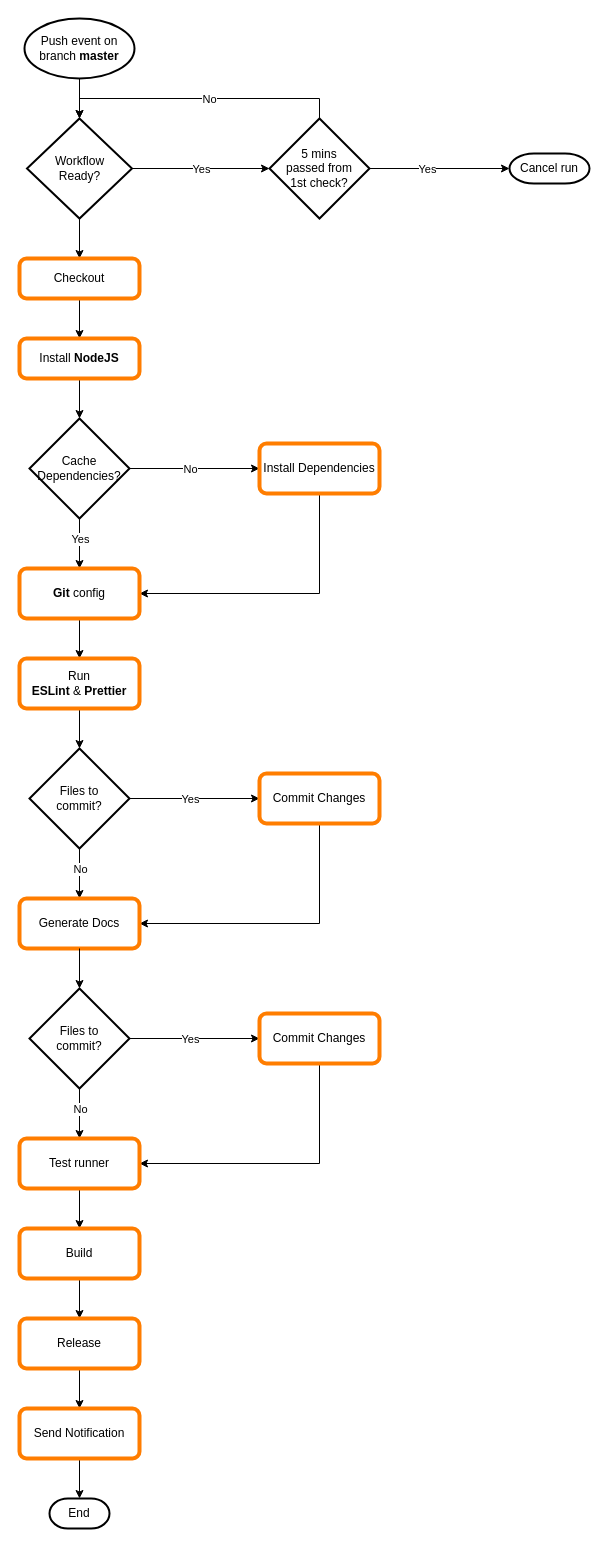
The draw.io diagram assets/release-flowchart.drawio in melfore/mosaic, before the edit. Source tidied: cells renumbered, new cells numbered last; positions are measured from the earlier drawing's top-left corner, leaving out a move shared by most shapes. Both pictures are drawn from the tidied source at 100%, with x=0, y=0 at pixel (19, 18).
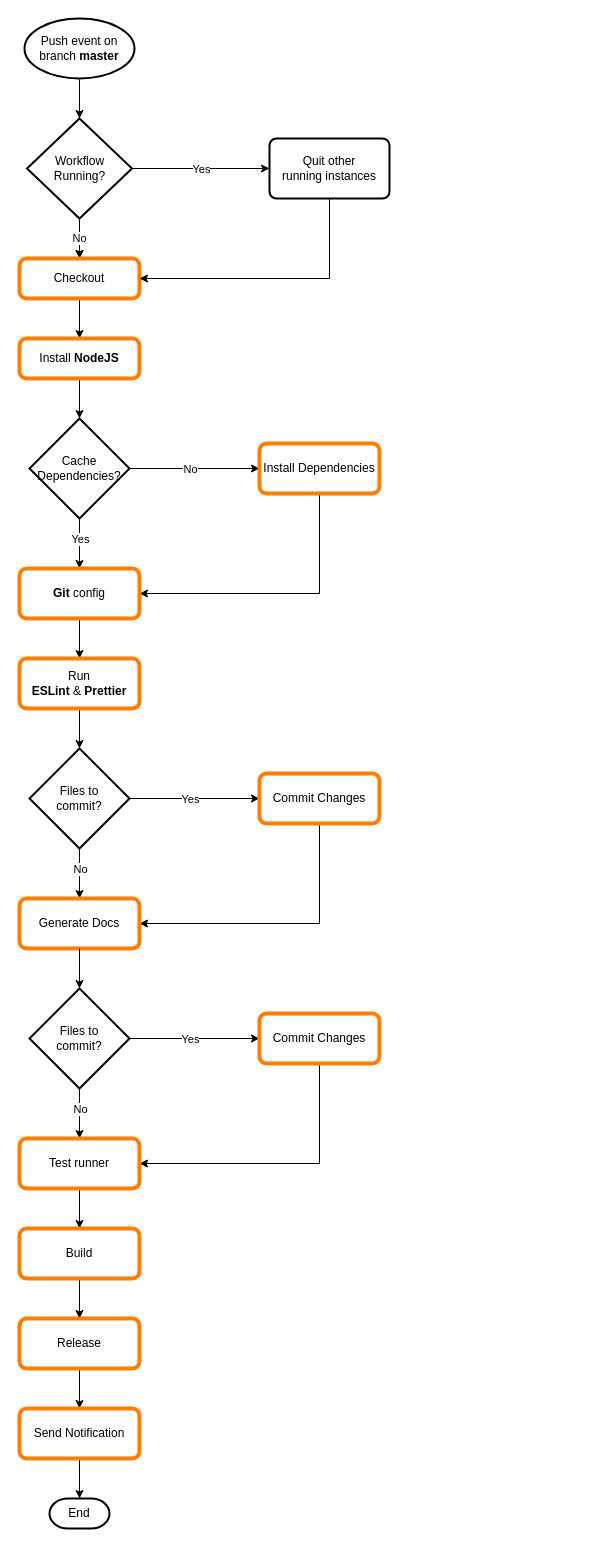
The same diagram, later.

The change refers to these unchanged cells:
```xml
<mxCell id="14" value="Checkout" style="rounded=1;whiteSpace=wrap;html=1;absoluteArcSize=1;arcSize=14;strokeWidth=4;strokeColor=#ff7d00;" parent="1" vertex="1">
  <mxGeometry y="240" width="120" height="40" as="geometry" />
</mxCell>
```

Change to the diagram source:
```diff
@@
-    <mxCell id="3" style="edgeStyle=orthogonalEdgeStyle;rounded=0;jettySize=auto;html=1;entryX=0;entryY=0.5;entryDx=0;entryDy=0;entryPerimeter=0;" parent="1" edge="1" source="6" target="11">
+    <mxCell id="3" style="edgeStyle=orthogonalEdgeStyle;rounded=0;jettySize=auto;html=1;entryX=0;entryY=0.5;entryDx=0;entryDy=0;" parent="1" edge="1" source="6" target="55">
       <mxGeometry relative="1" as="geometry" />
     </mxCell>
@@
+    <mxCell id="8" value="No" style="edgeStyle=orthogonalEdgeStyle;rounded=0;jettySize=auto;html=1;" parent="1" edge="1" source="6" target="14">
+      <mxGeometry relative="1" as="geometry" />
+    </mxCell>
-    <mxCell id="6" value="Workflow&lt;br&gt;Ready?" style="strokeWidth=2;html=1;shape=mxgraph.flowchart.decision;whiteSpace=wrap;" parent="1" vertex="1">
+    <mxCell id="6" value="Workflow&lt;br&gt;Running?" style="strokeWidth=2;html=1;shape=mxgraph.flowchart.decision;whiteSpace=wrap;" parent="1" vertex="1">
       <mxGeometry x="7.5" y="100" width="105" height="100" as="geometry" />
     </mxCell>
-    <mxCell id="7" style="edgeStyle=orthogonalEdgeStyle;rounded=0;jettySize=auto;html=1;exitX=0.5;exitY=0;exitDx=0;exitDy=0;exitPerimeter=0;entryX=0.5;entryY=0;entryDx=0;entryDy=0;entryPerimeter=0;" parent="1" edge="1" source="11" target="6">
-      <mxGeometry relative="1" as="geometry" />
-    </mxCell>
-    <mxCell id="8" value="No" style="edgeLabel;html=1;align=center;verticalAlign=middle;" parent="7" vertex="1">
-      <mxGeometry x="-0.09" y="4" relative="1" as="geometry">
-        <mxPoint x="-4" y="-4" as="offset" />
-      </mxGeometry>
-    </mxCell>
-    <mxCell id="9" style="edgeStyle=orthogonalEdgeStyle;rounded=0;jettySize=auto;html=1;entryX=0;entryY=0.5;entryDx=0;entryDy=0;entryPerimeter=0;" parent="1" edge="1" source="11" target="12">
-      <mxGeometry relative="1" as="geometry" />
-    </mxCell>
-    <mxCell id="10" value="Yes" style="edgeLabel;html=1;align=center;verticalAlign=middle;" parent="9" vertex="1">
-      <mxGeometry x="-0.29" y="1" relative="1" as="geometry">
-        <mxPoint x="7" y="1" as="offset" />
-      </mxGeometry>
-    </mxCell>
-    <mxCell id="11" value="5 mins&lt;br&gt;passed from&lt;br&gt;1st check?" style="strokeWidth=2;html=1;shape=mxgraph.flowchart.decision;whiteSpace=wrap;" parent="1" vertex="1">
-      <mxGeometry x="250" y="100" width="100" height="100" as="geometry" />
-    </mxCell>
-    <mxCell id="12" value="Cancel run" style="strokeWidth=2;html=1;shape=mxgraph.flowchart.terminator;whiteSpace=wrap;" parent="1" vertex="1">
-      <mxGeometry x="490" y="135" width="80" height="30" as="geometry" />
-    </mxCell>
@@
+    <mxCell id="54" style="edgeStyle=orthogonalEdgeStyle;rounded=0;jettySize=auto;html=1;exitX=0.5;exitY=1;exitDx=0;exitDy=0;entryX=1;entryY=0.5;entryDx=0;entryDy=0;" parent="1" edge="1" source="55" target="14">
+      <mxGeometry relative="1" as="geometry" />
+    </mxCell>
+    <mxCell id="55" value="Quit other&lt;br&gt;running instances" style="rounded=1;whiteSpace=wrap;html=1;absoluteArcSize=1;arcSize=14;strokeWidth=2;" parent="1" vertex="1">
+      <mxGeometry x="250" y="120" width="120" height="60" as="geometry" />
+    </mxCell>
```
